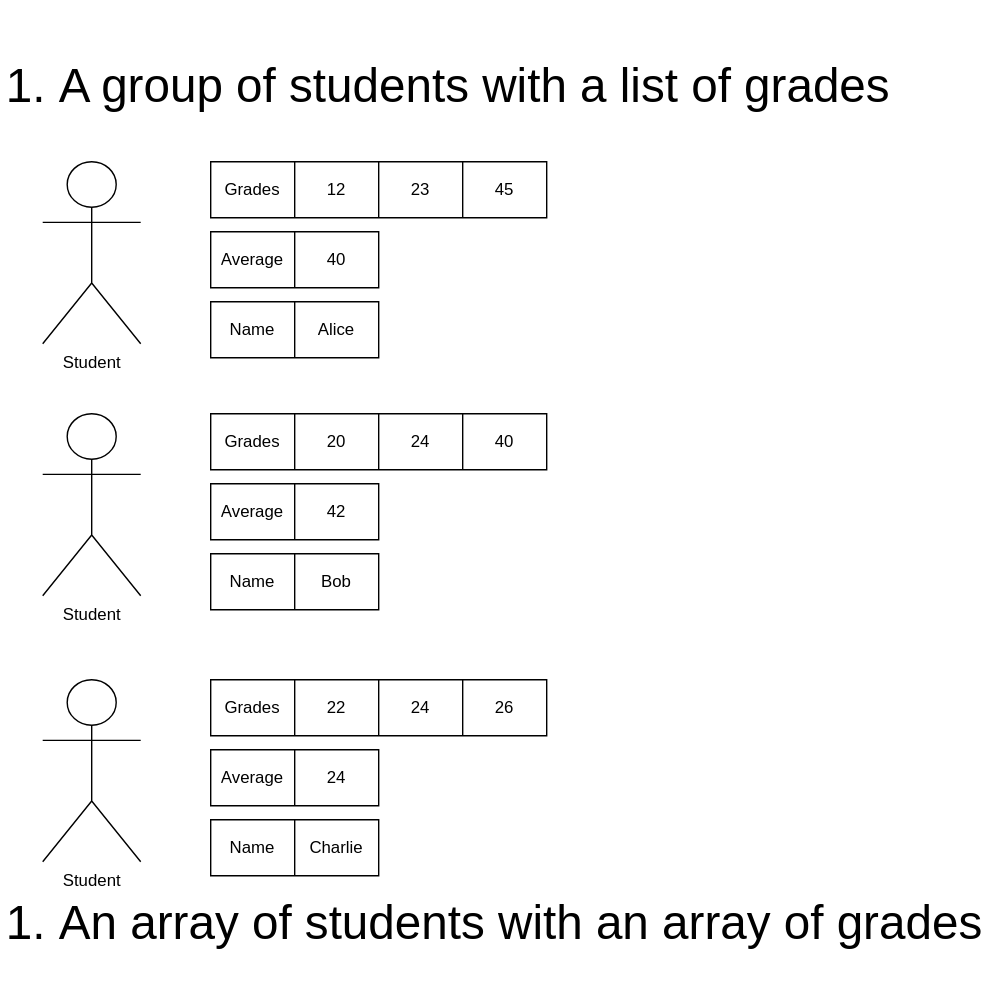
Earlier version of the draw.io export lecture_note_6_7/sort/array_of_array.drawio.svg (SP25-ZJY/CS212). Source tidied: cells renumbered, new cells last; positions are measured from the earlier drawing's top-left corner, leaving out a move shared by most shapes. The source it was exported from:
```xml
<mxGraphModel>
  <root>
    <mxCell id="0" />
    <mxCell id="1" parent="0" />
    <mxCell id="2" value="&lt;div style=&quot;font-size: 34px;&quot;&gt;&lt;ol&gt;&lt;li&gt;A group of students with a list of grades&lt;/li&gt;&lt;/ol&gt;&lt;div&gt;&lt;br&gt;&lt;/div&gt;&lt;div&gt;&lt;br&gt;&lt;/div&gt;&lt;div&gt;&lt;br&gt;&lt;/div&gt;&lt;div&gt;&lt;br&gt;&lt;/div&gt;&lt;div&gt;&lt;br&gt;&lt;/div&gt;&lt;div&gt;&lt;br&gt;&lt;/div&gt;&lt;div&gt;&lt;br&gt;&lt;/div&gt;&lt;div&gt;&lt;br&gt;&lt;/div&gt;&lt;div&gt;&lt;br&gt;&lt;/div&gt;&lt;div&gt;&lt;br&gt;&lt;/div&gt;&lt;div&gt;&lt;br&gt;&lt;/div&gt;&lt;div&gt;&lt;br&gt;&lt;/div&gt;&lt;ol&gt;&lt;li&gt;&lt;span style=&quot;background-color: initial;&quot;&gt;An array of students with an array of grades&lt;/span&gt;&lt;/li&gt;&lt;/ol&gt;&lt;/div&gt;" style="text;html=1;align=left;verticalAlign=middle;strokeColor=none;fillColor=none;" parent="1" vertex="1">
      <mxGeometry width="720" height="720" as="geometry" />
    </mxCell>
    <mxCell id="3" value="Student" style="shape=umlActor;verticalLabelPosition=bottom;verticalAlign=top;html=1;" parent="1" vertex="1">
      <mxGeometry x="30" y="115" width="70" height="130" as="geometry" />
    </mxCell>
    <mxCell id="4" value="Student" style="shape=umlActor;verticalLabelPosition=bottom;verticalAlign=top;html=1;" parent="1" vertex="1">
      <mxGeometry x="30" y="295" width="70" height="130" as="geometry" />
    </mxCell>
    <mxCell id="5" value="Student" style="shape=umlActor;verticalLabelPosition=bottom;verticalAlign=top;html=1;" parent="1" vertex="1">
      <mxGeometry x="30" y="485" width="70" height="130" as="geometry" />
    </mxCell>
    <mxCell id="6" style="shape=table;startSize=0;" parent="1" vertex="1">
      <mxGeometry x="150" y="115" width="240" height="40" as="geometry" />
    </mxCell>
    <mxCell id="7" style="shape=tableRow;horizontal=0;startSize=0;swimlaneHead=0;swimlaneBody=0;strokeColor=inherit;top=0;left=0;bottom=0;right=0;fillColor=none;" parent="6" vertex="1">
      <mxGeometry width="240" height="40" as="geometry" />
    </mxCell>
    <mxCell id="8" value="Grades" style="shape=partialRectangle;html=1;whiteSpace=wrap;strokeColor=inherit;overflow=hidden;fillColor=none;top=0;left=0;bottom=0;right=0;" parent="7" vertex="1">
      <mxGeometry width="60" height="40" as="geometry" />
    </mxCell>
    <mxCell id="9" value="12" style="shape=partialRectangle;html=1;whiteSpace=wrap;strokeColor=inherit;overflow=hidden;fillColor=none;top=0;left=0;bottom=0;right=0;" parent="7" vertex="1">
      <mxGeometry x="60" width="60" height="40" as="geometry" />
    </mxCell>
    <mxCell id="10" value="23" style="shape=partialRectangle;html=1;whiteSpace=wrap;strokeColor=inherit;overflow=hidden;fillColor=none;top=0;left=0;bottom=0;right=0;" parent="7" vertex="1">
      <mxGeometry x="120" width="60" height="40" as="geometry" />
    </mxCell>
    <mxCell id="11" value="45" style="shape=partialRectangle;html=1;whiteSpace=wrap;strokeColor=inherit;overflow=hidden;fillColor=none;top=0;left=0;bottom=0;right=0;" parent="7" vertex="1">
      <mxGeometry x="180" width="60" height="40" as="geometry" />
    </mxCell>
    <mxCell id="12" style="shape=table;startSize=0;" parent="1" vertex="1">
      <mxGeometry x="150" y="295" width="240" height="40" as="geometry" />
    </mxCell>
    <mxCell id="13" style="shape=tableRow;horizontal=0;startSize=0;swimlaneHead=0;swimlaneBody=0;strokeColor=inherit;top=0;left=0;bottom=0;right=0;fillColor=none;" parent="12" vertex="1">
      <mxGeometry width="240" height="40" as="geometry" />
    </mxCell>
    <mxCell id="14" value="Grades" style="shape=partialRectangle;html=1;whiteSpace=wrap;strokeColor=inherit;overflow=hidden;fillColor=none;top=0;left=0;bottom=0;right=0;" parent="13" vertex="1">
      <mxGeometry width="60" height="40" as="geometry" />
    </mxCell>
    <mxCell id="15" value="20" style="shape=partialRectangle;html=1;whiteSpace=wrap;strokeColor=inherit;overflow=hidden;fillColor=none;top=0;left=0;bottom=0;right=0;" parent="13" vertex="1">
      <mxGeometry x="60" width="60" height="40" as="geometry" />
    </mxCell>
    <mxCell id="16" value="24" style="shape=partialRectangle;html=1;whiteSpace=wrap;strokeColor=inherit;overflow=hidden;fillColor=none;top=0;left=0;bottom=0;right=0;" parent="13" vertex="1">
      <mxGeometry x="120" width="60" height="40" as="geometry" />
    </mxCell>
    <mxCell id="17" value="40" style="shape=partialRectangle;html=1;whiteSpace=wrap;strokeColor=inherit;overflow=hidden;fillColor=none;top=0;left=0;bottom=0;right=0;" parent="13" vertex="1">
      <mxGeometry x="180" width="60" height="40" as="geometry" />
    </mxCell>
    <mxCell id="18" style="shape=table;startSize=0;" parent="1" vertex="1">
      <mxGeometry x="150" y="485" width="240" height="40" as="geometry" />
    </mxCell>
    <mxCell id="19" style="shape=tableRow;horizontal=0;startSize=0;swimlaneHead=0;swimlaneBody=0;strokeColor=inherit;top=0;left=0;bottom=0;right=0;fillColor=none;" parent="18" vertex="1">
      <mxGeometry width="240" height="40" as="geometry" />
    </mxCell>
    <mxCell id="20" value="Grades" style="shape=partialRectangle;html=1;whiteSpace=wrap;strokeColor=inherit;overflow=hidden;fillColor=none;top=0;left=0;bottom=0;right=0;" parent="19" vertex="1">
      <mxGeometry width="60" height="40" as="geometry" />
    </mxCell>
    <mxCell id="21" value="22" style="shape=partialRectangle;html=1;whiteSpace=wrap;strokeColor=inherit;overflow=hidden;fillColor=none;top=0;left=0;bottom=0;right=0;" parent="19" vertex="1">
      <mxGeometry x="60" width="60" height="40" as="geometry" />
    </mxCell>
    <mxCell id="22" value="24" style="shape=partialRectangle;html=1;whiteSpace=wrap;strokeColor=inherit;overflow=hidden;fillColor=none;top=0;left=0;bottom=0;right=0;" parent="19" vertex="1">
      <mxGeometry x="120" width="60" height="40" as="geometry" />
    </mxCell>
    <mxCell id="23" value="26" style="shape=partialRectangle;html=1;whiteSpace=wrap;strokeColor=inherit;overflow=hidden;fillColor=none;top=0;left=0;bottom=0;right=0;" parent="19" vertex="1">
      <mxGeometry x="180" width="60" height="40" as="geometry" />
    </mxCell>
    <mxCell id="24" style="shape=table;startSize=0;" parent="1" vertex="1">
      <mxGeometry x="150" y="165" width="120" height="40" as="geometry" />
    </mxCell>
    <mxCell id="25" style="shape=tableRow;horizontal=0;startSize=0;swimlaneHead=0;swimlaneBody=0;strokeColor=inherit;top=0;left=0;bottom=0;right=0;fillColor=none;" parent="24" vertex="1">
      <mxGeometry width="120" height="40" as="geometry" />
    </mxCell>
    <mxCell id="26" value="Average" style="shape=partialRectangle;html=1;whiteSpace=wrap;strokeColor=inherit;overflow=hidden;fillColor=none;top=0;left=0;bottom=0;right=0;" parent="25" vertex="1">
      <mxGeometry width="60" height="40" as="geometry" />
    </mxCell>
    <mxCell id="27" value="40" style="shape=partialRectangle;html=1;whiteSpace=wrap;strokeColor=inherit;overflow=hidden;fillColor=none;top=0;left=0;bottom=0;right=0;" parent="25" vertex="1">
      <mxGeometry x="60" width="60" height="40" as="geometry" />
    </mxCell>
    <mxCell id="28" style="shape=table;startSize=0;" parent="1" vertex="1">
      <mxGeometry x="150" y="345" width="120" height="40" as="geometry" />
    </mxCell>
    <mxCell id="29" style="shape=tableRow;horizontal=0;startSize=0;swimlaneHead=0;swimlaneBody=0;strokeColor=inherit;top=0;left=0;bottom=0;right=0;fillColor=none;" parent="28" vertex="1">
      <mxGeometry width="120" height="40" as="geometry" />
    </mxCell>
    <mxCell id="30" value="Average" style="shape=partialRectangle;html=1;whiteSpace=wrap;strokeColor=inherit;overflow=hidden;fillColor=none;top=0;left=0;bottom=0;right=0;" parent="29" vertex="1">
      <mxGeometry width="60" height="40" as="geometry" />
    </mxCell>
    <mxCell id="31" value="42" style="shape=partialRectangle;html=1;whiteSpace=wrap;strokeColor=inherit;overflow=hidden;fillColor=none;top=0;left=0;bottom=0;right=0;" parent="29" vertex="1">
      <mxGeometry x="60" width="60" height="40" as="geometry" />
    </mxCell>
    <mxCell id="32" style="shape=table;startSize=0;" parent="1" vertex="1">
      <mxGeometry x="150" y="535" width="120" height="40" as="geometry" />
    </mxCell>
    <mxCell id="33" style="shape=tableRow;horizontal=0;startSize=0;swimlaneHead=0;swimlaneBody=0;strokeColor=inherit;top=0;left=0;bottom=0;right=0;fillColor=none;" parent="32" vertex="1">
      <mxGeometry width="120" height="40" as="geometry" />
    </mxCell>
    <mxCell id="34" value="Average" style="shape=partialRectangle;html=1;whiteSpace=wrap;strokeColor=inherit;overflow=hidden;fillColor=none;top=0;left=0;bottom=0;right=0;" parent="33" vertex="1">
      <mxGeometry width="60" height="40" as="geometry" />
    </mxCell>
    <mxCell id="35" value="24" style="shape=partialRectangle;html=1;whiteSpace=wrap;strokeColor=inherit;overflow=hidden;fillColor=none;top=0;left=0;bottom=0;right=0;" parent="33" vertex="1">
      <mxGeometry x="60" width="60" height="40" as="geometry" />
    </mxCell>
    <mxCell id="36" style="shape=table;startSize=0;" parent="1" vertex="1">
      <mxGeometry x="150" y="215" width="120" height="40" as="geometry" />
    </mxCell>
    <mxCell id="37" style="shape=tableRow;horizontal=0;startSize=0;swimlaneHead=0;swimlaneBody=0;strokeColor=inherit;top=0;left=0;bottom=0;right=0;fillColor=none;" parent="36" vertex="1">
      <mxGeometry width="120" height="40" as="geometry" />
    </mxCell>
    <mxCell id="38" value="Name" style="shape=partialRectangle;html=1;whiteSpace=wrap;strokeColor=inherit;overflow=hidden;fillColor=none;top=0;left=0;bottom=0;right=0;" parent="37" vertex="1">
      <mxGeometry width="60" height="40" as="geometry" />
    </mxCell>
    <mxCell id="39" value="Alice" style="shape=partialRectangle;html=1;whiteSpace=wrap;strokeColor=inherit;overflow=hidden;fillColor=none;top=0;left=0;bottom=0;right=0;" parent="37" vertex="1">
      <mxGeometry x="60" width="60" height="40" as="geometry" />
    </mxCell>
    <mxCell id="40" style="shape=table;startSize=0;" parent="1" vertex="1">
      <mxGeometry x="150" y="395" width="120" height="40" as="geometry" />
    </mxCell>
    <mxCell id="41" style="shape=tableRow;horizontal=0;startSize=0;swimlaneHead=0;swimlaneBody=0;strokeColor=inherit;top=0;left=0;bottom=0;right=0;fillColor=none;" parent="40" vertex="1">
      <mxGeometry width="120" height="40" as="geometry" />
    </mxCell>
    <mxCell id="42" value="Name" style="shape=partialRectangle;html=1;whiteSpace=wrap;strokeColor=inherit;overflow=hidden;fillColor=none;top=0;left=0;bottom=0;right=0;" parent="41" vertex="1">
      <mxGeometry width="60" height="40" as="geometry" />
    </mxCell>
    <mxCell id="43" value="Bob" style="shape=partialRectangle;html=1;whiteSpace=wrap;strokeColor=inherit;overflow=hidden;fillColor=none;top=0;left=0;bottom=0;right=0;" parent="41" vertex="1">
      <mxGeometry x="60" width="60" height="40" as="geometry" />
    </mxCell>
    <mxCell id="44" style="shape=table;startSize=0;" parent="1" vertex="1">
      <mxGeometry x="150" y="585" width="120" height="40" as="geometry" />
    </mxCell>
    <mxCell id="45" style="shape=tableRow;horizontal=0;startSize=0;swimlaneHead=0;swimlaneBody=0;strokeColor=inherit;top=0;left=0;bottom=0;right=0;fillColor=none;" parent="44" vertex="1">
      <mxGeometry width="120" height="40" as="geometry" />
    </mxCell>
    <mxCell id="46" value="Name" style="shape=partialRectangle;html=1;whiteSpace=wrap;strokeColor=inherit;overflow=hidden;fillColor=none;top=0;left=0;bottom=0;right=0;" parent="45" vertex="1">
      <mxGeometry width="60" height="40" as="geometry" />
    </mxCell>
    <mxCell id="47" value="Charlie" style="shape=partialRectangle;html=1;whiteSpace=wrap;strokeColor=inherit;overflow=hidden;fillColor=none;top=0;left=0;bottom=0;right=0;" parent="45" vertex="1">
      <mxGeometry x="60" width="60" height="40" as="geometry" />
    </mxCell>
  </root>
</mxGraphModel>
```
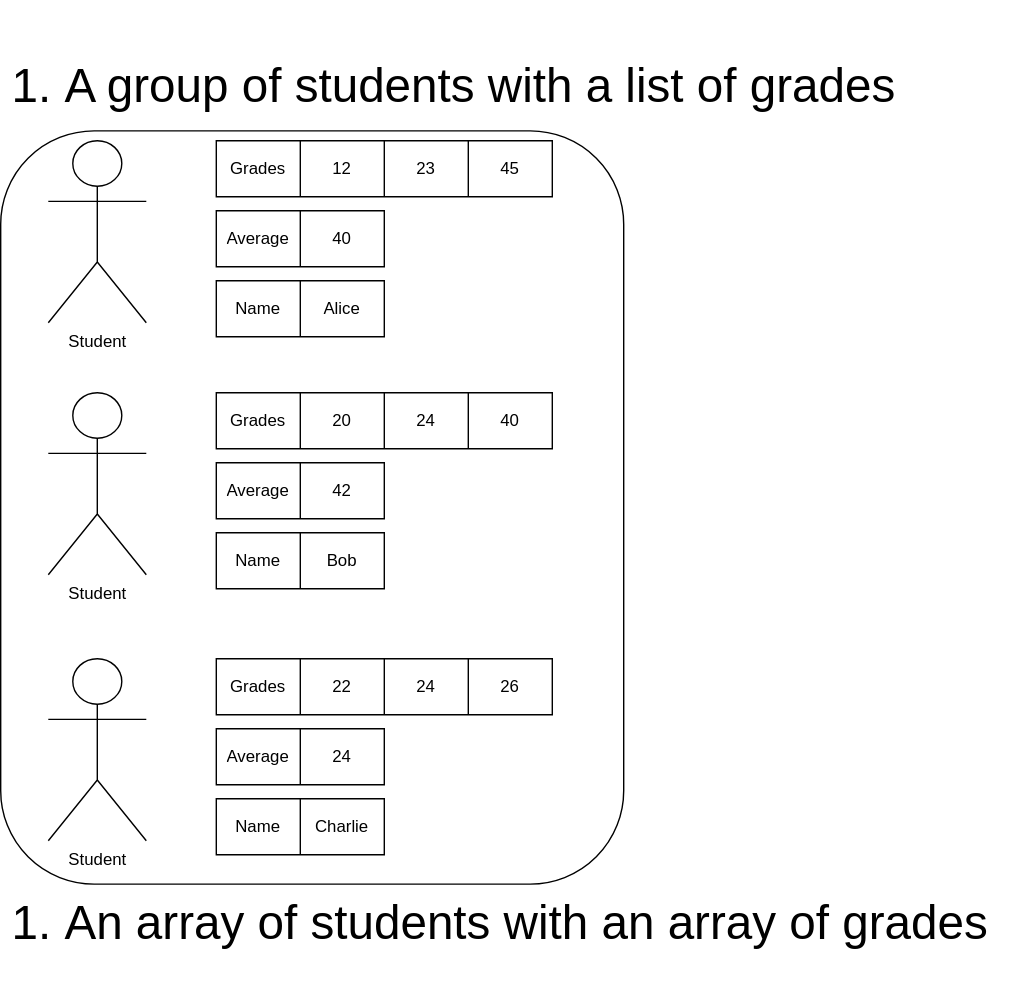
The same diagram one commit later.

Change to the diagram source:
```diff
@@ -3,7 +3,7 @@
     <mxCell id="0" />
     <mxCell id="1" parent="0" />
     <mxCell id="2" value="&lt;div style=&quot;font-size: 34px;&quot;&gt;&lt;ol&gt;&lt;li&gt;A group of students with a list of grades&lt;/li&gt;&lt;/ol&gt;&lt;div&gt;&lt;br&gt;&lt;/div&gt;&lt;div&gt;&lt;br&gt;&lt;/div&gt;&lt;div&gt;&lt;br&gt;&lt;/div&gt;&lt;div&gt;&lt;br&gt;&lt;/div&gt;&lt;div&gt;&lt;br&gt;&lt;/div&gt;&lt;div&gt;&lt;br&gt;&lt;/div&gt;&lt;div&gt;&lt;br&gt;&lt;/div&gt;&lt;div&gt;&lt;br&gt;&lt;/div&gt;&lt;div&gt;&lt;br&gt;&lt;/div&gt;&lt;div&gt;&lt;br&gt;&lt;/div&gt;&lt;div&gt;&lt;br&gt;&lt;/div&gt;&lt;div&gt;&lt;br&gt;&lt;/div&gt;&lt;ol&gt;&lt;li&gt;&lt;span style=&quot;background-color: initial;&quot;&gt;An array of students with an array of grades&lt;/span&gt;&lt;/li&gt;&lt;/ol&gt;&lt;/div&gt;" style="text;html=1;align=left;verticalAlign=middle;strokeColor=none;fillColor=none;" parent="1" vertex="1">
-      <mxGeometry width="720" height="720" as="geometry" />
+      <mxGeometry y="15" width="720" height="720" as="geometry" />
     </mxCell>
     <mxCell id="3" value="Student" style="shape=umlActor;verticalLabelPosition=bottom;verticalAlign=top;html=1;" parent="1" vertex="1">
       <mxGeometry x="30" y="115" width="70" height="130" as="geometry" />
@@ -140,5 +140,8 @@
     <mxCell id="47" value="Charlie" style="shape=partialRectangle;html=1;whiteSpace=wrap;strokeColor=inherit;overflow=hidden;fillColor=none;top=0;left=0;bottom=0;right=0;" parent="45" vertex="1">
       <mxGeometry x="60" width="60" height="40" as="geometry" />
     </mxCell>
+    <mxCell id="48" style="rounded=1;whiteSpace=wrap;html=1;fillColor=none;" parent="1" vertex="1">
+      <mxGeometry x="-4" y="108" width="445" height="538" as="geometry" />
+    </mxCell>
   </root>
 </mxGraphModel>
```
